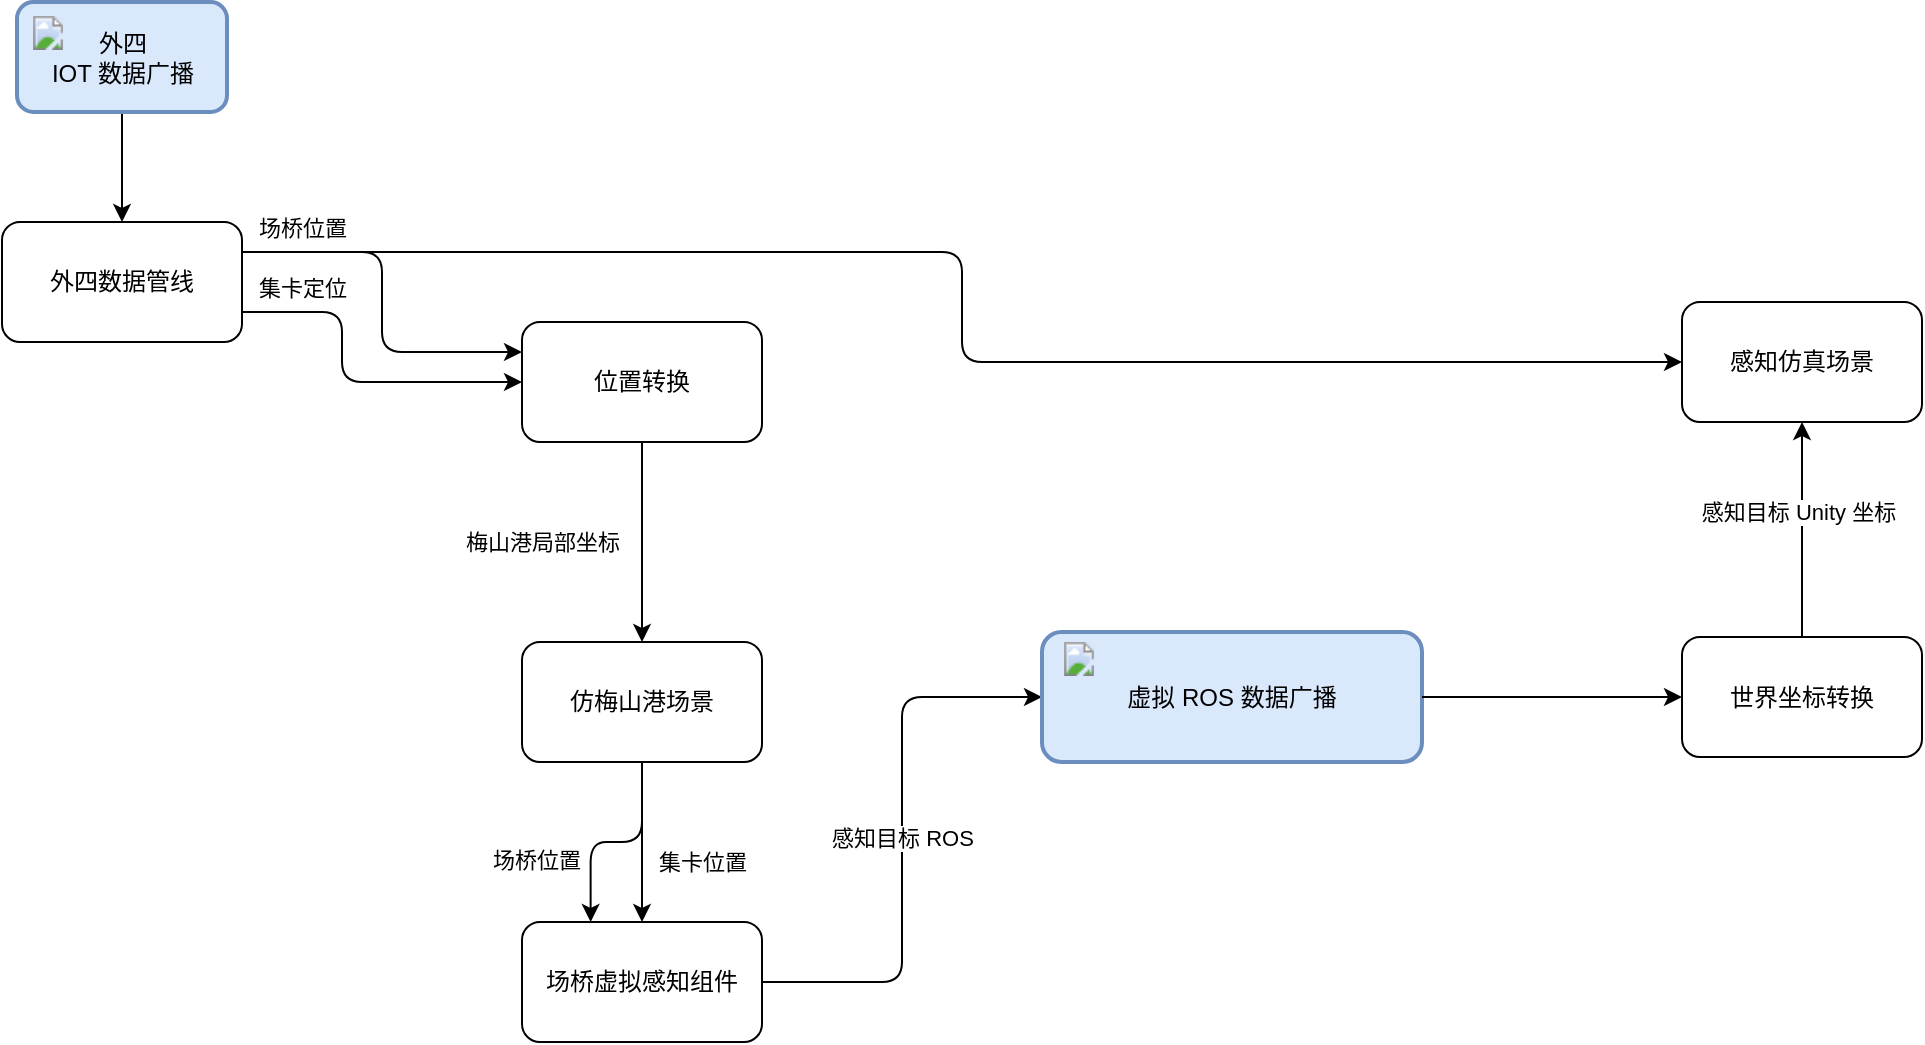
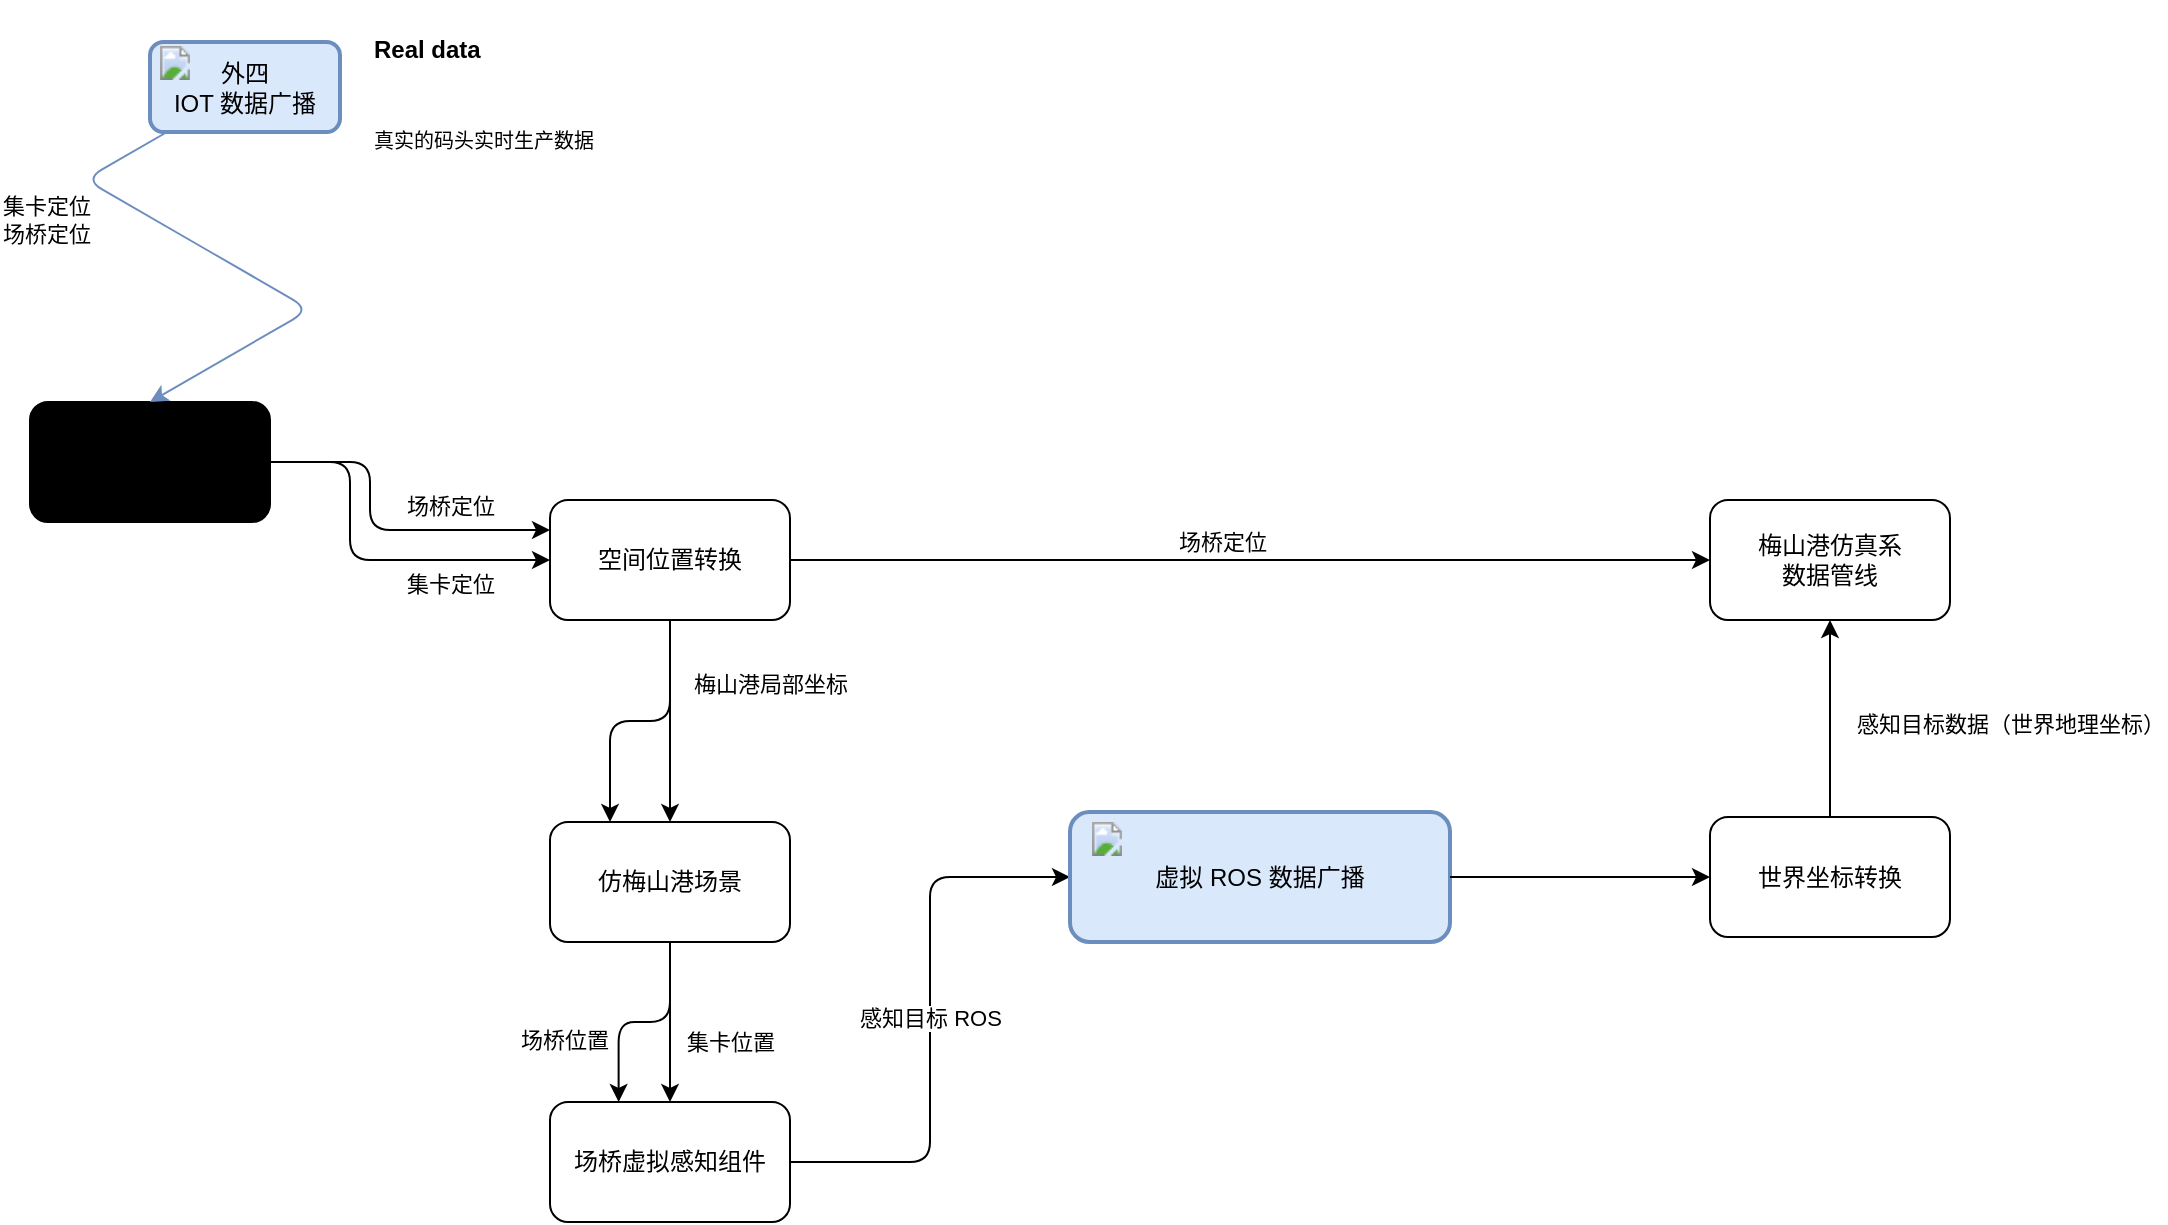
<mxfile host="app.diagrams.net">
  <diagram name="Page-1" id="BT0UFU37oAvm-0r1lB1w">
-     <mxGraphModel dx="779" dy="380" grid="1" gridSize="10" guides="1" tooltips="1" connect="1" arrows="1" fold="1" page="1" pageScale="1" pageWidth="827" pageHeight="1169" math="0" shadow="0">
+     <mxGraphModel dx="1338" dy="651" grid="1" gridSize="10" guides="1" tooltips="1" connect="1" arrows="1" fold="1" page="1" pageScale="1" pageWidth="827" pageHeight="1169" math="0" shadow="0">
      <root>
        <mxCell id="0" />
        <mxCell id="1" parent="0" />
-         <mxCell id="ZpX4doptbyCpLkaODE3u-4" edge="1" parent="1" source="ZpX4doptbyCpLkaODE3u-1" style="edgeStyle=orthogonalEdgeStyle;rounded=1;orthogonalLoop=1;jettySize=auto;html=1;entryX=0;entryY=0.25;entryDx=0;entryDy=0;exitX=1;exitY=0.25;exitDx=0;exitDy=0;curved=0;" target="ZpX4doptbyCpLkaODE3u-2">
-           <mxGeometry relative="1" as="geometry" />
-         </mxCell>
-         <mxCell id="ZpX4doptbyCpLkaODE3u-13" edge="1" parent="1" source="ZpX4doptbyCpLkaODE3u-1" style="edgeStyle=orthogonalEdgeStyle;rounded=1;orthogonalLoop=1;jettySize=auto;html=1;entryX=0;entryY=0.5;entryDx=0;entryDy=0;curved=0;exitX=1;exitY=0.75;exitDx=0;exitDy=0;" target="ZpX4doptbyCpLkaODE3u-2">
+         <mxCell id="ZpX4doptbyCpLkaODE3u-4" edge="1" parent="1" source="ZpX4doptbyCpLkaODE3u-1" style="edgeStyle=orthogonalEdgeStyle;rounded=1;orthogonalLoop=1;jettySize=auto;html=1;entryX=0;entryY=0.25;entryDx=0;entryDy=0;exitX=1;exitY=0.5;exitDx=0;exitDy=0;curved=0;" target="ZpX4doptbyCpLkaODE3u-2">
          <mxGeometry relative="1" as="geometry">
            <Array as="points">
-               <mxPoint x="250" y="265" />
-               <mxPoint x="250" y="300" />
+               <mxPoint x="250" y="250" />
+               <mxPoint x="250" y="284" />
            </Array>
+           </mxGeometry>
+         </mxCell>
+         <mxCell id="ZpX4doptbyCpLkaODE3u-37" connectable="0" parent="ZpX4doptbyCpLkaODE3u-4" style="edgeLabel;html=1;align=center;verticalAlign=middle;resizable=0;points=[];" value="场桥定位" vertex="1">
+           <mxGeometry relative="1" x="0.3235" y="1" as="geometry">
+             <mxPoint x="9" y="-11" as="offset" />
+           </mxGeometry>
+         </mxCell>
+         <mxCell id="ZpX4doptbyCpLkaODE3u-13" edge="1" parent="1" source="ZpX4doptbyCpLkaODE3u-1" style="rounded=1;orthogonalLoop=1;jettySize=auto;html=1;exitX=1;exitY=0.5;exitDx=0;exitDy=0;entryX=0;entryY=0.5;entryDx=0;entryDy=0;edgeStyle=orthogonalEdgeStyle;" target="ZpX4doptbyCpLkaODE3u-2">
+           <mxGeometry relative="1" as="geometry">
+             <Array as="points">
+               <mxPoint x="240" y="250" />
+               <mxPoint x="240" y="299" />
+             </Array>
+             <mxPoint x="290" y="350" as="targetPoint" />
          </mxGeometry>
        </mxCell>
        <mxCell id="ZpX4doptbyCpLkaODE3u-27" connectable="0" parent="ZpX4doptbyCpLkaODE3u-13" style="edgeLabel;html=1;align=center;verticalAlign=middle;resizable=0;points=[];" value="集卡定位" vertex="1">
          <mxGeometry relative="1" x="-0.3281" y="-3" as="geometry">
-             <mxPoint x="-17" y="-21" as="offset" />
+             <mxPoint x="53" y="37" as="offset" />
          </mxGeometry>
        </mxCell>
-         <mxCell id="ZpX4doptbyCpLkaODE3u-25" edge="1" parent="1" source="ZpX4doptbyCpLkaODE3u-1" style="edgeStyle=orthogonalEdgeStyle;rounded=1;orthogonalLoop=1;jettySize=auto;html=1;entryX=0;entryY=0.5;entryDx=0;entryDy=0;exitX=1;exitY=0.25;exitDx=0;exitDy=0;curved=0;" target="ZpX4doptbyCpLkaODE3u-14">
+         <mxCell id="ZpX4doptbyCpLkaODE3u-25" edge="1" parent="1" source="ZpX4doptbyCpLkaODE3u-2" style="rounded=1;orthogonalLoop=1;jettySize=auto;html=1;entryX=0;entryY=0.5;entryDx=0;entryDy=0;exitX=1;exitY=0.5;exitDx=0;exitDy=0;" target="ZpX4doptbyCpLkaODE3u-14">
          <mxGeometry relative="1" as="geometry" />
        </mxCell>
        <mxCell id="ZpX4doptbyCpLkaODE3u-26" connectable="0" parent="ZpX4doptbyCpLkaODE3u-25" style="edgeLabel;html=1;align=center;verticalAlign=middle;resizable=0;points=[];" value="场桥位置" vertex="1">
          <mxGeometry relative="1" x="-0.2229" y="3" as="geometry">
            <mxPoint x="-271" y="-9" as="offset" />
          </mxGeometry>
        </mxCell>
-         <mxCell id="ZpX4doptbyCpLkaODE3u-1" parent="1" style="rounded=1;whiteSpace=wrap;html=1;" value="外四数据管线" vertex="1">
+         <mxCell id="ZpX4doptbyCpLkaODE3u-38" connectable="0" parent="ZpX4doptbyCpLkaODE3u-25" style="edgeLabel;html=1;align=center;verticalAlign=middle;resizable=0;points=[];" value="场桥定位" vertex="1">
+           <mxGeometry relative="1" x="-0.0609" y="2" as="geometry">
+             <mxPoint y="-7" as="offset" />
+           </mxGeometry>
+         </mxCell>
+         <mxCell id="ZpX4doptbyCpLkaODE3u-1" parent="1" style="rounded=1;whiteSpace=wrap;html=1;fillStyle=hatch;fillColor=light-dark(#FFFFFF,#4D4D4D);" value="外四数据管线" vertex="1">
          <mxGeometry height="60" width="120" x="80" y="220" as="geometry" />
        </mxCell>
-         <mxCell id="ZpX4doptbyCpLkaODE3u-2" parent="1" style="rounded=1;whiteSpace=wrap;html=1;" value="位置转换" vertex="1">
-           <mxGeometry height="60" width="120" x="340" y="270" as="geometry" />
+         <mxCell id="ZpX4doptbyCpLkaODE3u-39" edge="1" parent="1" source="ZpX4doptbyCpLkaODE3u-2" style="edgeStyle=orthogonalEdgeStyle;rounded=1;orthogonalLoop=1;jettySize=auto;html=1;entryX=0.25;entryY=0;entryDx=0;entryDy=0;curved=0;" target="ZpX4doptbyCpLkaODE3u-3">
+           <mxGeometry relative="1" as="geometry" />
+         </mxCell>
+         <mxCell id="ZpX4doptbyCpLkaODE3u-2" parent="1" style="rounded=1;whiteSpace=wrap;html=1;" value="空间位置转换" vertex="1">
+           <mxGeometry height="60" width="120" x="340" y="269" as="geometry" />
        </mxCell>
        <mxCell id="ZpX4doptbyCpLkaODE3u-8" edge="1" parent="1" source="ZpX4doptbyCpLkaODE3u-3" style="edgeStyle=orthogonalEdgeStyle;rounded=0;orthogonalLoop=1;jettySize=auto;html=1;entryX=0.5;entryY=0;entryDx=0;entryDy=0;" target="ZpX4doptbyCpLkaODE3u-6">
          <mxGeometry relative="1" as="geometry" />
        </mxCell>
        <mxCell id="ZpX4doptbyCpLkaODE3u-32" connectable="0" parent="ZpX4doptbyCpLkaODE3u-8" style="edgeLabel;html=1;align=center;verticalAlign=middle;resizable=0;points=[];" value="集卡位置" vertex="1">
          <mxGeometry relative="1" x="-0.2964" y="-2" as="geometry">
            <mxPoint x="32" y="22" as="offset" />
          </mxGeometry>
        </mxCell>
        <mxCell id="ZpX4doptbyCpLkaODE3u-3" parent="1" style="rounded=1;whiteSpace=wrap;html=1;" value="仿梅山港场景" vertex="1">
          <mxGeometry height="60" width="120" x="340" y="430" as="geometry" />
        </mxCell>
        <mxCell id="ZpX4doptbyCpLkaODE3u-5" edge="1" parent="1" source="ZpX4doptbyCpLkaODE3u-2" style="edgeStyle=orthogonalEdgeStyle;rounded=0;orthogonalLoop=1;jettySize=auto;html=1;" target="ZpX4doptbyCpLkaODE3u-3">
          <mxGeometry relative="1" as="geometry" />
        </mxCell>
        <mxCell id="ZpX4doptbyCpLkaODE3u-31" connectable="0" parent="ZpX4doptbyCpLkaODE3u-5" style="edgeLabel;html=1;align=center;verticalAlign=middle;resizable=0;points=[];" value="梅山港局部坐标" vertex="1">
          <mxGeometry relative="1" x="-0.1629" y="-1" as="geometry">
-             <mxPoint x="-49" y="8" as="offset" />
+             <mxPoint x="51" y="-11" as="offset" />
          </mxGeometry>
        </mxCell>
        <mxCell id="ZpX4doptbyCpLkaODE3u-10" edge="1" parent="1" source="ZpX4doptbyCpLkaODE3u-6" style="edgeStyle=orthogonalEdgeStyle;rounded=1;orthogonalLoop=1;jettySize=auto;html=1;entryX=0;entryY=0.5;entryDx=0;entryDy=0;curved=0;" target="ZpX4doptbyCpLkaODE3u-22">
          <mxGeometry relative="1" as="geometry">
            <mxPoint x="660" y="620" as="targetPoint" />
          </mxGeometry>
        </mxCell>
        <mxCell id="ZpX4doptbyCpLkaODE3u-16" connectable="0" parent="ZpX4doptbyCpLkaODE3u-10" style="edgeLabel;html=1;align=center;verticalAlign=middle;resizable=0;points=[];" value="感知目标 ROS" vertex="1">
          <mxGeometry relative="1" x="-0.1375" as="geometry">
            <mxPoint y="-20" as="offset" />
          </mxGeometry>
        </mxCell>
        <mxCell id="ZpX4doptbyCpLkaODE3u-6" parent="1" style="rounded=1;whiteSpace=wrap;html=1;" value="场桥虚拟感知组件" vertex="1">
          <mxGeometry height="60" width="120" x="340" y="570" as="geometry" />
        </mxCell>
        <mxCell id="ZpX4doptbyCpLkaODE3u-15" edge="1" parent="1" source="ZpX4doptbyCpLkaODE3u-11" style="edgeStyle=orthogonalEdgeStyle;rounded=0;orthogonalLoop=1;jettySize=auto;html=1;entryX=0.5;entryY=1;entryDx=0;entryDy=0;" target="ZpX4doptbyCpLkaODE3u-14">
          <mxGeometry relative="1" as="geometry" />
        </mxCell>
-         <mxCell id="ZpX4doptbyCpLkaODE3u-17" connectable="0" parent="ZpX4doptbyCpLkaODE3u-15" style="edgeLabel;html=1;align=center;verticalAlign=middle;resizable=0;points=[];" value="感知目标 Unity 坐标" vertex="1">
+         <mxCell id="ZpX4doptbyCpLkaODE3u-17" connectable="0" parent="ZpX4doptbyCpLkaODE3u-15" style="edgeLabel;html=1;align=center;verticalAlign=middle;resizable=0;points=[];" value="感知目标数据（世界地理坐标）" vertex="1">
          <mxGeometry relative="1" x="0.16" y="2" as="geometry">
-             <mxPoint as="offset" />
+             <mxPoint x="92" y="10" as="offset" />
          </mxGeometry>
        </mxCell>
        <mxCell id="ZpX4doptbyCpLkaODE3u-11" parent="1" style="rounded=1;whiteSpace=wrap;html=1;" value="世界坐标转换" vertex="1">
          <mxGeometry height="60" width="120" x="920" y="427.5" as="geometry" />
        </mxCell>
-         <mxCell id="ZpX4doptbyCpLkaODE3u-14" parent="1" style="rounded=1;whiteSpace=wrap;html=1;" value="感知仿真场景" vertex="1">
-           <mxGeometry height="60" width="120" x="920" y="260" as="geometry" />
+         <mxCell id="ZpX4doptbyCpLkaODE3u-14" parent="1" style="rounded=1;whiteSpace=wrap;html=1;" value="梅山港仿真系&lt;div&gt;数据管线&lt;/div&gt;" vertex="1">
+           <mxGeometry height="60" width="120" x="920" y="269" as="geometry" />
        </mxCell>
        <mxCell id="ZpX4doptbyCpLkaODE3u-22" parent="1" style="rounded=1;whiteSpace=wrap;html=1;strokeColor=#6c8ebf;fillStyle=auto;fillColor=#dae8fc;strokeWidth=2;" value="虚拟 ROS 数据广播" vertex="1">
          <mxGeometry height="65" width="190" x="600" y="425" as="geometry" />
        </mxCell>
        <mxCell id="ZpX4doptbyCpLkaODE3u-23" parent="1" style="image;aspect=fixed;html=1;points=[];align=center;fontSize=12;image=img/lib/dynamics365/ProductVisualize.svg;" value="" vertex="1">
          <mxGeometry height="17" width="17" x="610" y="430" as="geometry" />
        </mxCell>
        <mxCell id="ZpX4doptbyCpLkaODE3u-24" edge="1" parent="1" source="ZpX4doptbyCpLkaODE3u-22" style="rounded=0;orthogonalLoop=1;jettySize=auto;html=1;" target="ZpX4doptbyCpLkaODE3u-11">
          <mxGeometry relative="1" as="geometry">
            <mxPoint x="930" y="457" as="targetPoint" />
          </mxGeometry>
        </mxCell>
-         <mxCell id="ZpX4doptbyCpLkaODE3u-30" edge="1" parent="1" source="ZpX4doptbyCpLkaODE3u-28" style="edgeStyle=orthogonalEdgeStyle;rounded=0;orthogonalLoop=1;jettySize=auto;html=1;entryX=0.5;entryY=0;entryDx=0;entryDy=0;" target="ZpX4doptbyCpLkaODE3u-1">
+         <mxCell id="ZpX4doptbyCpLkaODE3u-30" edge="1" parent="1" source="ZpX4doptbyCpLkaODE3u-28" style="edgeStyle=isometricEdgeStyle;rounded=1;orthogonalLoop=1;jettySize=auto;html=1;entryX=0.5;entryY=0;entryDx=0;entryDy=0;fillColor=#dae8fc;strokeColor=#6c8ebf;" target="ZpX4doptbyCpLkaODE3u-1">
          <mxGeometry relative="1" as="geometry" />
        </mxCell>
+         <mxCell id="ZpX4doptbyCpLkaODE3u-35" connectable="0" parent="ZpX4doptbyCpLkaODE3u-30" style="edgeLabel;html=1;align=center;verticalAlign=middle;resizable=0;points=[];" value="集卡定位&lt;div&gt;场桥定位&lt;/div&gt;" vertex="1">
+           <mxGeometry relative="1" x="-0.3351" y="2" as="geometry">
+             <mxPoint x="-58" as="offset" />
+           </mxGeometry>
+         </mxCell>
        <mxCell id="ZpX4doptbyCpLkaODE3u-28" parent="1" style="rounded=1;whiteSpace=wrap;html=1;strokeColor=#6c8ebf;fillStyle=auto;fillColor=#dae8fc;strokeWidth=2;" value="外四&lt;br&gt;IOT 数据广播" vertex="1">
-           <mxGeometry height="55" width="105" x="87.5" y="110" as="geometry" />
+           <mxGeometry height="45" width="95" x="140" y="40" as="geometry" />
        </mxCell>
        <mxCell id="ZpX4doptbyCpLkaODE3u-29" parent="1" style="image;aspect=fixed;html=1;points=[];align=center;fontSize=12;image=img/lib/dynamics365/ProductVisualize.svg;" value="" vertex="1">
-           <mxGeometry height="17" width="17" x="94.5" y="117" as="geometry" />
+           <mxGeometry height="17" width="17" x="144" y="42" as="geometry" />
        </mxCell>
        <mxCell id="ZpX4doptbyCpLkaODE3u-33" edge="1" parent="1" source="ZpX4doptbyCpLkaODE3u-3" style="edgeStyle=orthogonalEdgeStyle;rounded=1;orthogonalLoop=1;jettySize=auto;html=1;entryX=0.286;entryY=0;entryDx=0;entryDy=0;entryPerimeter=0;curved=0;" target="ZpX4doptbyCpLkaODE3u-6">
          <mxGeometry relative="1" as="geometry" />
        </mxCell>
        <mxCell id="ZpX4doptbyCpLkaODE3u-34" connectable="0" parent="1" style="edgeLabel;html=1;align=center;verticalAlign=middle;resizable=0;points=[];" value="场桥位置" vertex="1">
          <mxGeometry x="350" y="540" as="geometry">
            <mxPoint x="-3" y="-1" as="offset" />
          </mxGeometry>
        </mxCell>
+         <mxCell id="ZpX4doptbyCpLkaODE3u-40" parent="1" style="text;html=1;whiteSpace=wrap;overflow=hidden;rounded=0;" value="&lt;h1 style=&quot;margin-top: 0px;&quot;&gt;&lt;font style=&quot;font-size: 12px;&quot;&gt;Real data&lt;/font&gt;&lt;/h1&gt;&lt;h1 style=&quot;margin-top: 0px;&quot;&gt;&lt;span style=&quot;font-size: 10px; background-color: transparent; color: light-dark(rgb(0, 0, 0), rgb(255, 255, 255)); font-weight: normal;&quot;&gt;真实的码头实时生产数据&lt;/span&gt;&lt;/h1&gt;" vertex="1">
+           <mxGeometry height="91" width="180" x="250" y="19" as="geometry" />
+         </mxCell>
      </root>
    </mxGraphModel>
  </diagram>
</mxfile>
